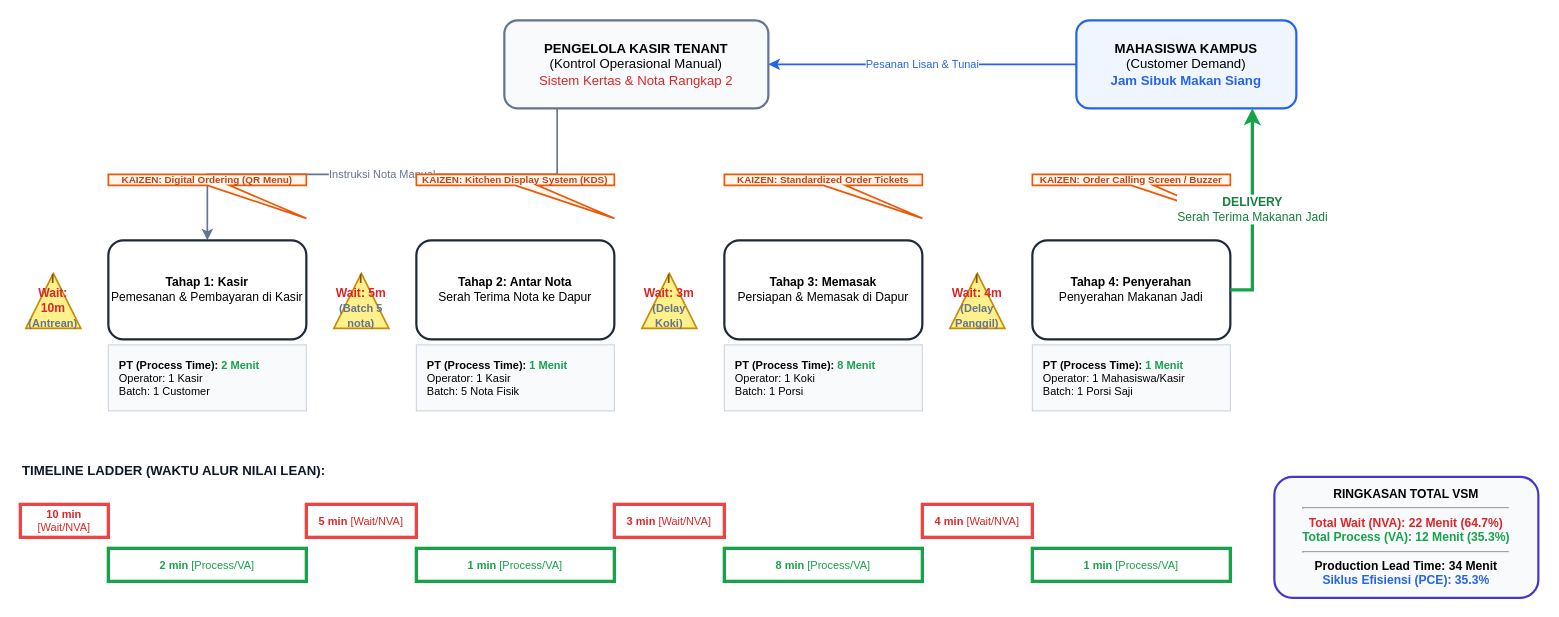
Belvatd/bpm-chart keeps this draw.io diagram as public/vsm_quickbite_for_lucidchart.drawio. Above is the earlier version. Source tidied: cells renumbered, new cells numbered last; positions are measured from the earlier drawing's top-left corner, leaving out a move shared by most shapes. Both pictures are drawn from the tidied source at 110%, with x=0, y=0 at pixel (20, 20).
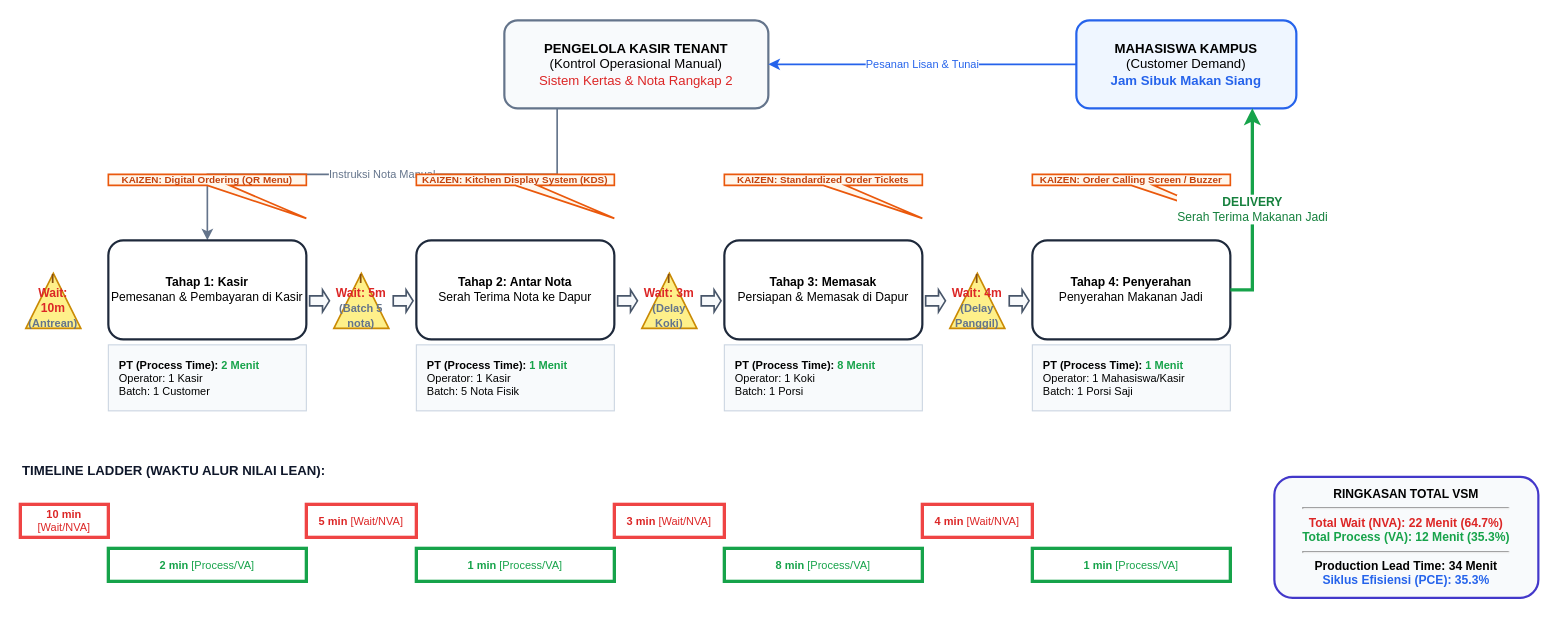
After the change.

Commit message (it also covers changes not shown here):
feat(vsm): render authentic striped push arrows between process stages and add notation legend

What changed in the source:
```diff
@@
+    <mxCell id="33" style="shape=singleArrow;direction=east;whiteSpace=wrap;html=1;fillColor=#f8fafc;strokeColor=#475569;strokeWidth=1.5;arrowWidth=0.45;arrowSize=0.35;" parent="1" vertex="1">
+      <mxGeometry x="263" y="245" width="18" height="20" as="geometry" />
+    </mxCell>
@@
+    <mxCell id="34" style="shape=singleArrow;direction=east;whiteSpace=wrap;html=1;fillColor=#f8fafc;strokeColor=#475569;strokeWidth=1.5;arrowWidth=0.45;arrowSize=0.35;" parent="1" vertex="1">
+      <mxGeometry x="339" y="245" width="18" height="20" as="geometry" />
+    </mxCell>
@@
+    <mxCell id="35" style="shape=singleArrow;direction=east;whiteSpace=wrap;html=1;fillColor=#f8fafc;strokeColor=#475569;strokeWidth=1.5;arrowWidth=0.45;arrowSize=0.35;" parent="1" vertex="1">
+      <mxGeometry x="543" y="245" width="18" height="20" as="geometry" />
+    </mxCell>
@@
+    <mxCell id="36" style="shape=singleArrow;direction=east;whiteSpace=wrap;html=1;fillColor=#f8fafc;strokeColor=#475569;strokeWidth=1.5;arrowWidth=0.45;arrowSize=0.35;" parent="1" vertex="1">
+      <mxGeometry x="619" y="245" width="18" height="20" as="geometry" />
+    </mxCell>
@@
+    <mxCell id="37" style="shape=singleArrow;direction=east;whiteSpace=wrap;html=1;fillColor=#f8fafc;strokeColor=#475569;strokeWidth=1.5;arrowWidth=0.45;arrowSize=0.35;" parent="1" vertex="1">
+      <mxGeometry x="823" y="245" width="18" height="20" as="geometry" />
+    </mxCell>
@@
+    <mxCell id="38" style="shape=singleArrow;direction=east;whiteSpace=wrap;html=1;fillColor=#f8fafc;strokeColor=#475569;strokeWidth=1.5;arrowWidth=0.45;arrowSize=0.35;" parent="1" vertex="1">
+      <mxGeometry x="899" y="245" width="18" height="20" as="geometry" />
+    </mxCell>
```
